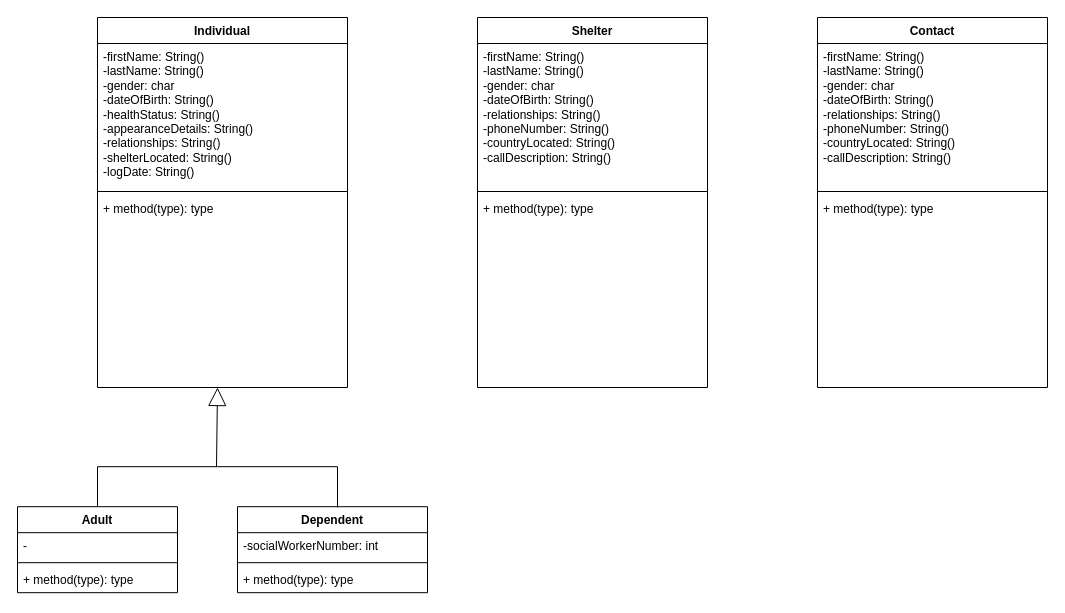
The draw.io diagram disaster_recover_UML_25.drawio in ENSF-380-Group-25/Project-1, before the edit. Source tidied: cells renumbered, new cells numbered last; positions are measured from the earlier drawing's top-left corner, leaving out a move shared by most shapes. Both pictures are drawn from the tidied source at 100%, with x=0, y=0 at pixel (17, 17).
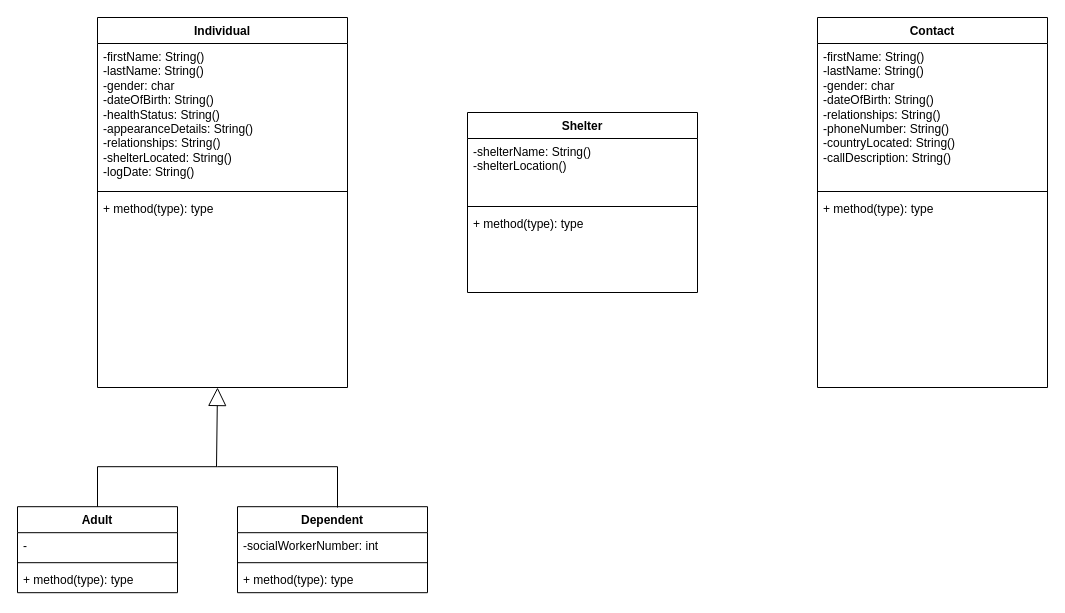
The same diagram, later.

The edit, as a diff of the source:
```diff
@@
     <mxCell id="23" value="Shelter" style="swimlane;fontStyle=1;align=center;verticalAlign=top;horizontal=1;startSize=26;whiteSpace=wrap;html=1;" parent="1" vertex="1">
-      <mxGeometry x="460" width="230" height="370" as="geometry" />
+      <mxGeometry x="450" y="95" width="230" height="180" as="geometry" />
     </mxCell>
-    <mxCell id="24" value="-firstName: String()&lt;div&gt;-lastName: String()&lt;/div&gt;&lt;div&gt;-gender: char&lt;/div&gt;&lt;div&gt;-dateOfBirth: String()&lt;/div&gt;&lt;div&gt;-relationships: String()&lt;/div&gt;&lt;div&gt;-phoneNumber: String()&lt;/div&gt;&lt;div&gt;-countryLocated: String()&lt;/div&gt;&lt;div&gt;-callDescription: String()&lt;/div&gt;" style="text;strokeColor=none;fillColor=none;align=left;verticalAlign=top;spacingLeft=4;spacingRight=4;overflow=hidden;whiteSpace=wrap;html=1;" parent="23" vertex="1">
-      <mxGeometry y="26" width="230" height="144" as="geometry" />
+    <mxCell id="24" value="-shelterName: String()&lt;div&gt;-shelterLocation()&lt;/div&gt;" style="text;strokeColor=none;fillColor=none;align=left;verticalAlign=top;spacingLeft=4;spacingRight=4;overflow=hidden;whiteSpace=wrap;html=1;" parent="23" vertex="1">
+      <mxGeometry y="26" width="230" height="64" as="geometry" />
     </mxCell>
     <mxCell id="25" style="line;strokeWidth=1;fillColor=none;align=left;verticalAlign=middle;spacingTop=-1;spacingLeft=3;spacingRight=3;labelPosition=right;strokeColor=inherit;" parent="23" vertex="1">
-      <mxGeometry y="170" width="230" height="8" as="geometry" />
+      <mxGeometry y="90" width="230" height="8" as="geometry" />
     </mxCell>
     <mxCell id="26" value="+ method(type): type" style="text;strokeColor=none;fillColor=none;align=left;verticalAlign=top;spacingLeft=4;spacingRight=4;overflow=hidden;whiteSpace=wrap;html=1;" parent="23" vertex="1">
-      <mxGeometry y="178" width="230" height="192" as="geometry" />
+      <mxGeometry y="98" width="230" height="82" as="geometry" />
     </mxCell>
```
